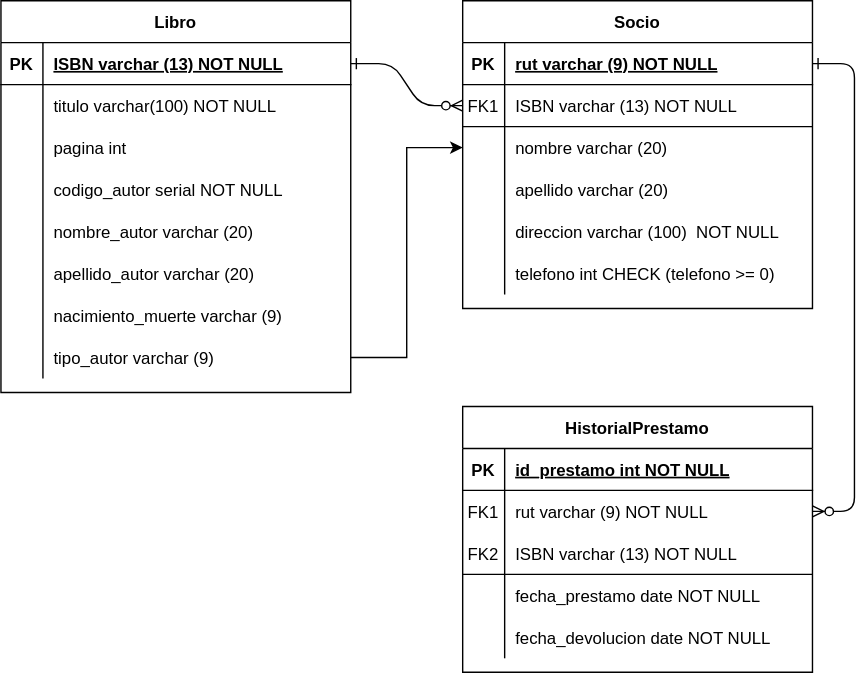
Before: Modelo fisico.drawio.svg, a diagram exported from draw.io (FranSantander/-Biblioteca). Source tidied: cells renumbered, new cells last; positions are measured from the earlier drawing's top-left corner, leaving out a move shared by most shapes.
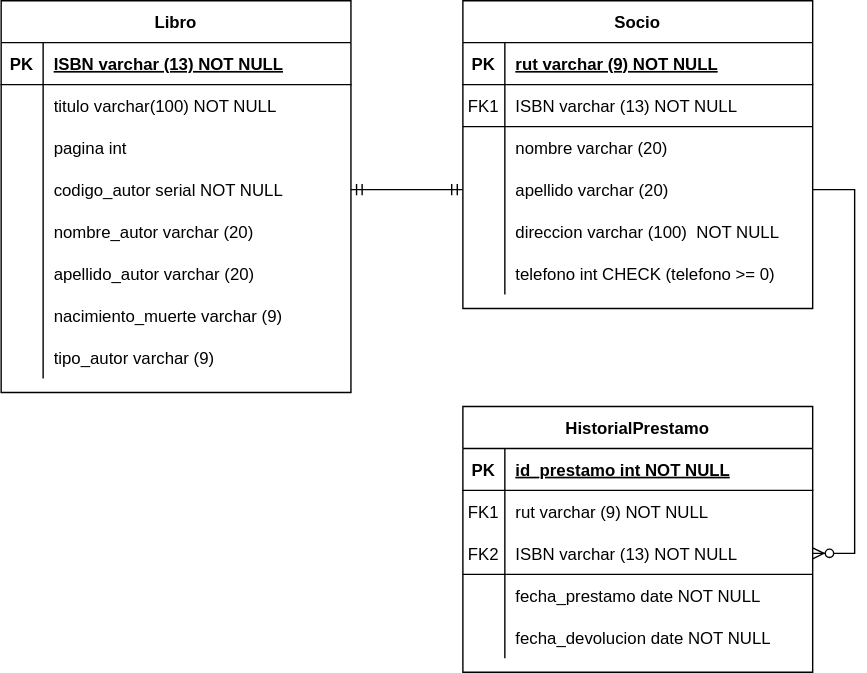
After the change.

The edit, as a diff of the source:
```diff
@@ -2,12 +2,6 @@
   <root>
     <mxCell id="0" />
     <mxCell id="1" parent="0" />
-    <mxCell id="2" style="edgeStyle=entityRelationEdgeStyle;endArrow=ERzeroToMany;startArrow=ERone;endFill=1;startFill=0;" parent="1" edge="1" source="40" target="8">
-      <mxGeometry relative="1" as="geometry" />
-    </mxCell>
-    <mxCell id="3" style="edgeStyle=entityRelationEdgeStyle;endArrow=ERzeroToMany;startArrow=ERone;endFill=1;startFill=0;" parent="1" edge="1" source="5" target="27">
-      <mxGeometry relative="1" as="geometry" />
-    </mxCell>
     <mxCell id="4" value="Socio" style="shape=table;startSize=30;rowLines=0;fontStyle=1;align=center;" parent="1" vertex="1">
       <mxGeometry x="330" width="250" height="220" as="geometry" />
     </mxCell>
@@ -188,9 +182,6 @@
     <mxCell id="63" value="tipo_autor varchar (9)" style="shape=partialRectangle;overflow=hidden;fillColor=none;top=0;left=0;bottom=0;right=0;align=left;spacingLeft=6;" parent="61" vertex="1">
       <mxGeometry x="30" width="220" height="30" as="geometry" />
     </mxCell>
-    <mxCell id="64" style="edgeStyle=orthogonalEdgeStyle;rounded=0;jettySize=auto;html=1;" parent="1" edge="1" source="61" target="11">
-      <mxGeometry relative="1" as="geometry" />
-    </mxCell>
     <mxCell id="65" style="endArrow=none;html=1;rounded=0;" parent="1" edge="1">
       <mxGeometry relative="1" as="geometry">
         <mxPoint x="330" y="90" as="sourcePoint" />
@@ -203,5 +194,11 @@
         <mxPoint x="580" y="410" as="targetPoint" />
       </mxGeometry>
     </mxCell>
+    <mxCell id="67" style="edgeStyle=entityRelationEdgeStyle;fontSize=12;html=1;endArrow=ERzeroToMany;endFill=1;rounded=0;exitX=1;exitY=0.5;exitDx=0;exitDy=0;" parent="1" edge="1" source="14" target="30">
+      <mxGeometry relative="1" as="geometry" />
+    </mxCell>
+    <mxCell id="68" style="edgeStyle=entityRelationEdgeStyle;fontSize=12;html=1;endArrow=ERmandOne;startArrow=ERmandOne;rounded=0;exitX=1;exitY=0.5;exitDx=0;exitDy=0;entryX=0;entryY=0.5;entryDx=0;entryDy=0;" parent="1" edge="1" source="49" target="14">
+      <mxGeometry relative="1" as="geometry" />
+    </mxCell>
   </root>
 </mxGraphModel>
```
